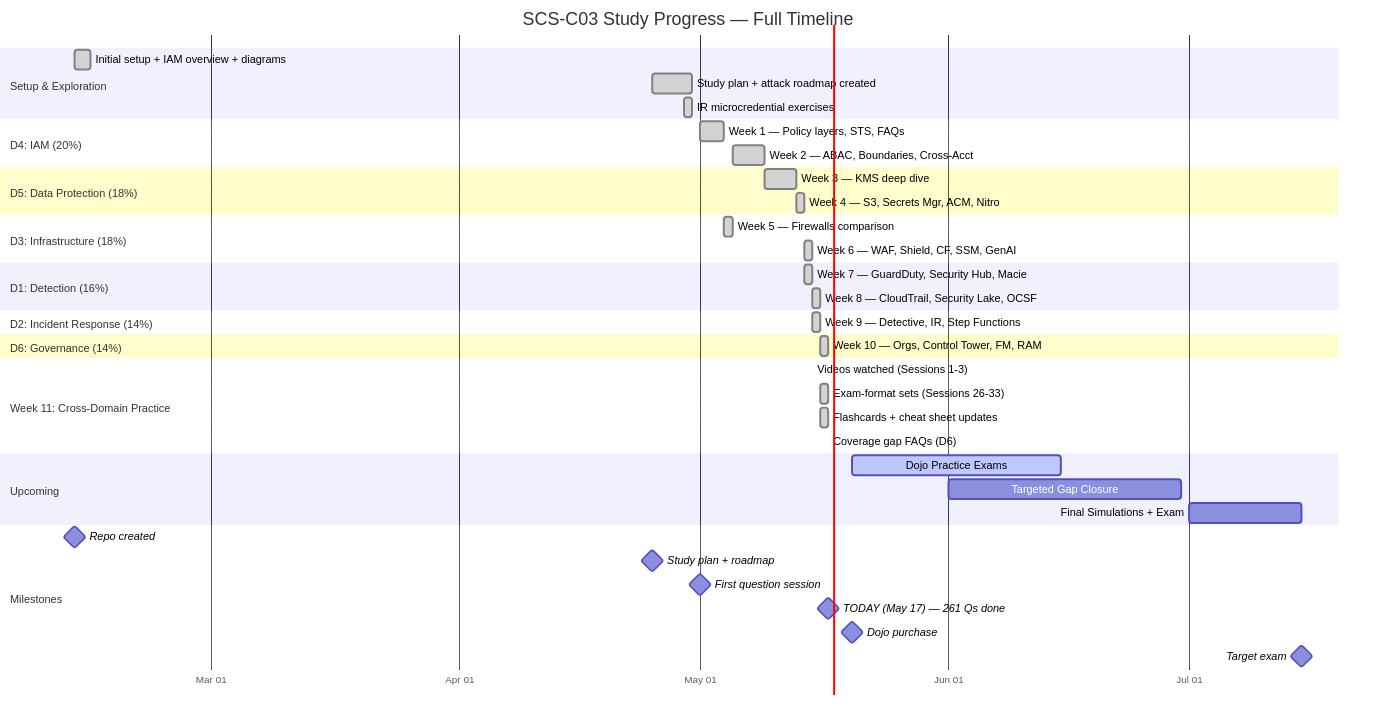
Earlier version of the Mermaid export diagrams/study-progress-gantt.png (kiquetal/aws-security-speciality-2026). Its source is kept beside it as diagrams/study-progress-gantt.mmd.
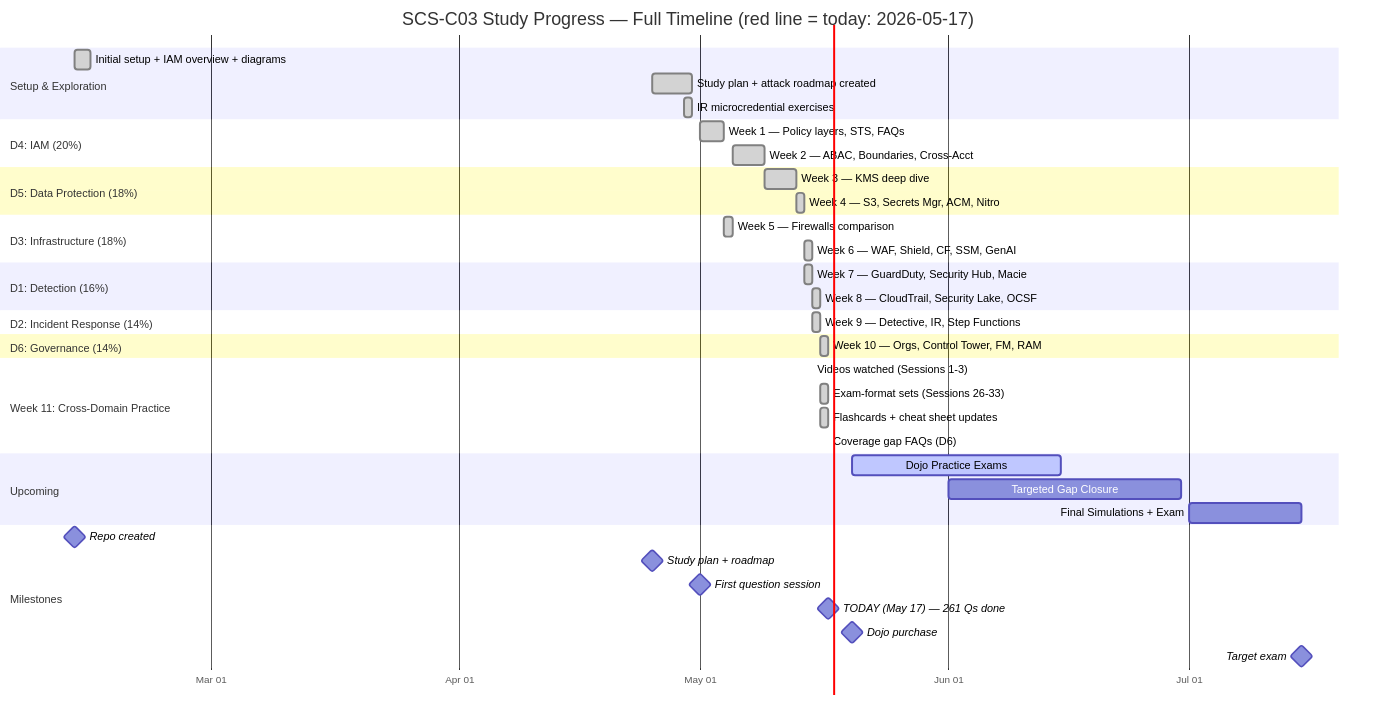
The same diagram one commit later.

Commit message:
Gantt: show today date in title (red line = 2026-05-17)

What changed in the source:
```diff
@@ -1,5 +1,5 @@
 gantt
-    title SCS-C03 Study Progress — Full Timeline
+    title SCS-C03 Study Progress — Full Timeline (red line = today: 2026-05-17)
     dateFormat YYYY-MM-DD
     axisFormat %b %d
 
```
